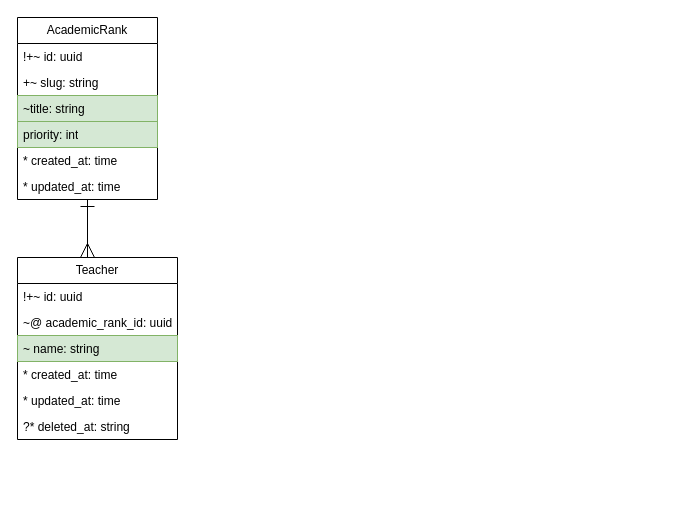
The draw.io diagram page "Schedule" (5 of 8) of docs/entity_relationship.drawio in IrusHunter/duckademic, before the edit. Source tidied: cells renumbered, new cells numbered last; positions are measured from the earlier drawing's top-left corner, leaving out a move shared by most shapes. Both pictures are drawn from the tidied source at 100%, with x=0, y=0 at pixel (17, 17).
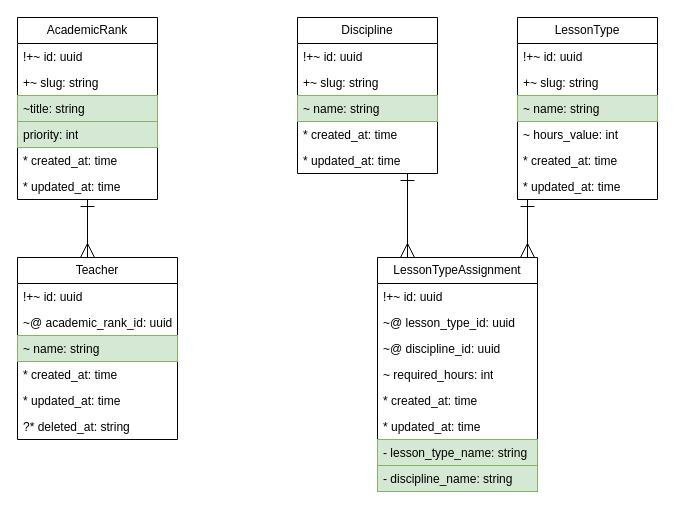
The same page after the edit.

Diff of the diagram source:
```diff
@@
+    <mxCell id="17" value="Discipline" style="swimlane;fontStyle=0;horizontal=1;startSize=26;fillColor=none;whiteSpace=wrap;html=1;" parent="1" vertex="1">
+      <mxGeometry x="280" width="140" height="156" as="geometry" />
+    </mxCell>
+    <mxCell id="18" value="!+~ id: uuid" style="text;strokeColor=none;fillColor=none;align=left;verticalAlign=top;spacingLeft=4;spacingRight=4;overflow=hidden;whiteSpace=wrap;html=1;" parent="17" vertex="1">
+      <mxGeometry y="26" width="140" height="26" as="geometry" />
+    </mxCell>
+    <mxCell id="19" value="+~ slug: string" style="text;strokeColor=none;fillColor=none;align=left;verticalAlign=top;spacingLeft=4;spacingRight=4;overflow=hidden;whiteSpace=wrap;html=1;" parent="17" vertex="1">
+      <mxGeometry y="52" width="140" height="26" as="geometry" />
+    </mxCell>
+    <mxCell id="20" value="~ name: string" style="text;strokeColor=#82b366;fillColor=#d5e8d4;align=left;verticalAlign=top;spacingLeft=4;spacingRight=4;overflow=hidden;whiteSpace=wrap;html=1;" parent="17" vertex="1">
+      <mxGeometry y="78" width="140" height="26" as="geometry" />
+    </mxCell>
+    <mxCell id="21" value="* created_at: time" style="text;strokeColor=none;fillColor=none;align=left;verticalAlign=top;spacingLeft=4;spacingRight=4;overflow=hidden;whiteSpace=wrap;html=1;" parent="17" vertex="1">
+      <mxGeometry y="104" width="140" height="26" as="geometry" />
+    </mxCell>
+    <mxCell id="22" value="* updated_at: time" style="text;strokeColor=none;fillColor=none;align=left;verticalAlign=top;spacingLeft=4;spacingRight=4;overflow=hidden;whiteSpace=wrap;html=1;" parent="17" vertex="1">
+      <mxGeometry y="130" width="140" height="26" as="geometry" />
+    </mxCell>
+    <mxCell id="23" value="LessonType" style="swimlane;fontStyle=0;horizontal=1;startSize=26;fillColor=none;whiteSpace=wrap;html=1;" parent="1" vertex="1">
+      <mxGeometry x="500" width="140" height="182" as="geometry" />
+    </mxCell>
+    <mxCell id="24" value="!+~ id: uuid" style="text;strokeColor=none;fillColor=none;align=left;verticalAlign=top;spacingLeft=4;spacingRight=4;overflow=hidden;whiteSpace=wrap;html=1;" parent="23" vertex="1">
+      <mxGeometry y="26" width="140" height="26" as="geometry" />
+    </mxCell>
+    <mxCell id="25" value="+~ slug: string" style="text;strokeColor=none;fillColor=none;align=left;verticalAlign=top;spacingLeft=4;spacingRight=4;overflow=hidden;whiteSpace=wrap;html=1;" parent="23" vertex="1">
+      <mxGeometry y="52" width="140" height="26" as="geometry" />
+    </mxCell>
+    <mxCell id="26" value="~ name: string" style="text;strokeColor=#82b366;fillColor=#d5e8d4;align=left;verticalAlign=top;spacingLeft=4;spacingRight=4;overflow=hidden;whiteSpace=wrap;html=1;" parent="23" vertex="1">
+      <mxGeometry y="78" width="140" height="26" as="geometry" />
+    </mxCell>
+    <mxCell id="27" value="~ hours_value: int" style="text;align=left;verticalAlign=top;spacingLeft=4;spacingRight=4;overflow=hidden;whiteSpace=wrap;html=1;" parent="23" vertex="1">
+      <mxGeometry y="104" width="140" height="26" as="geometry" />
+    </mxCell>
+    <mxCell id="28" value="* created_at: time" style="text;strokeColor=none;fillColor=none;align=left;verticalAlign=top;spacingLeft=4;spacingRight=4;overflow=hidden;whiteSpace=wrap;html=1;" parent="23" vertex="1">
+      <mxGeometry y="130" width="140" height="26" as="geometry" />
+    </mxCell>
+    <mxCell id="29" value="* updated_at: time" style="text;strokeColor=none;fillColor=none;align=left;verticalAlign=top;spacingLeft=4;spacingRight=4;overflow=hidden;whiteSpace=wrap;html=1;" parent="23" vertex="1">
+      <mxGeometry y="156" width="140" height="26" as="geometry" />
+    </mxCell>
+    <mxCell id="30" style="edgeStyle=orthogonalEdgeStyle;html=1;startArrow=ERone;startFill=0;endArrow=ERmany;endFill=0;endSize=12;startSize=12;strokeWidth=1;rounded=0;curved=0;jumpStyle=line;" parent="1" edge="1" source="17" target="32">
+      <mxGeometry relative="1" as="geometry">
+        <Array as="points">
+          <mxPoint x="390" y="220" />
+          <mxPoint x="390" y="220" />
+        </Array>
+      </mxGeometry>
+    </mxCell>
+    <mxCell id="31" style="edgeStyle=orthogonalEdgeStyle;html=1;startArrow=ERone;startFill=0;endArrow=ERmany;endFill=0;endSize=12;startSize=12;strokeWidth=1;rounded=0;curved=0;jumpStyle=line;" parent="1" edge="1" source="23" target="32">
+      <mxGeometry relative="1" as="geometry">
+        <Array as="points">
+          <mxPoint x="510" y="230" />
+          <mxPoint x="510" y="230" />
+        </Array>
+      </mxGeometry>
+    </mxCell>
+    <mxCell id="32" value="LessonTypeAssignment" style="swimlane;fontStyle=0;horizontal=1;startSize=26;fillColor=none;whiteSpace=wrap;html=1;" parent="1" vertex="1">
+      <mxGeometry x="360" y="240" width="160" height="234" as="geometry" />
+    </mxCell>
+    <mxCell id="33" value="!+~ id: uuid" style="text;strokeColor=none;fillColor=none;align=left;verticalAlign=top;spacingLeft=4;spacingRight=4;overflow=hidden;whiteSpace=wrap;html=1;" parent="32" vertex="1">
+      <mxGeometry y="26" width="160" height="26" as="geometry" />
+    </mxCell>
+    <mxCell id="34" value="~@ lesson_type_id: uuid" style="text;strokeColor=none;fillColor=none;align=left;verticalAlign=top;spacingLeft=4;spacingRight=4;overflow=hidden;whiteSpace=wrap;html=1;" parent="32" vertex="1">
+      <mxGeometry y="52" width="160" height="26" as="geometry" />
+    </mxCell>
+    <mxCell id="35" value="~@ discipline_id: uuid" style="text;strokeColor=none;fillColor=none;align=left;verticalAlign=top;spacingLeft=4;spacingRight=4;overflow=hidden;whiteSpace=wrap;html=1;" parent="32" vertex="1">
+      <mxGeometry y="78" width="160" height="26" as="geometry" />
+    </mxCell>
+    <mxCell id="36" value="~ required_hours: int" style="text;align=left;verticalAlign=top;spacingLeft=4;spacingRight=4;overflow=hidden;whiteSpace=wrap;html=1;" parent="32" vertex="1">
+      <mxGeometry y="104" width="160" height="26" as="geometry" />
+    </mxCell>
+    <mxCell id="37" value="* created_at: time" style="text;strokeColor=none;fillColor=none;align=left;verticalAlign=top;spacingLeft=4;spacingRight=4;overflow=hidden;whiteSpace=wrap;html=1;" parent="32" vertex="1">
+      <mxGeometry y="130" width="160" height="26" as="geometry" />
+    </mxCell>
+    <mxCell id="38" value="* updated_at: time" style="text;strokeColor=none;fillColor=none;align=left;verticalAlign=top;spacingLeft=4;spacingRight=4;overflow=hidden;whiteSpace=wrap;html=1;" parent="32" vertex="1">
+      <mxGeometry y="156" width="160" height="26" as="geometry" />
+    </mxCell>
+    <mxCell id="39" value="- lesson_type_name: string" style="text;strokeColor=#82b366;fillColor=#d5e8d4;align=left;verticalAlign=top;spacingLeft=4;spacingRight=4;overflow=hidden;whiteSpace=wrap;html=1;" parent="32" vertex="1">
+      <mxGeometry y="182" width="160" height="26" as="geometry" />
+    </mxCell>
+    <mxCell id="40" value="- discipline_name: string" style="text;strokeColor=#82b366;fillColor=#d5e8d4;align=left;verticalAlign=top;spacingLeft=4;spacingRight=4;overflow=hidden;whiteSpace=wrap;html=1;" parent="32" vertex="1">
+      <mxGeometry y="208" width="160" height="26" as="geometry" />
+    </mxCell>
```
